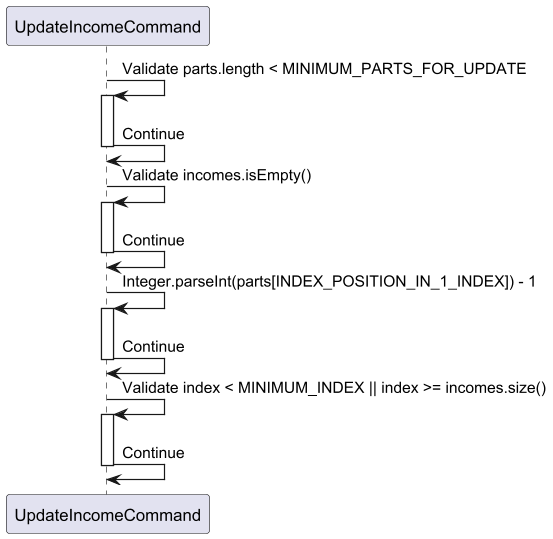
Earlier version of the PlantUML export docs/diagrams/ParseInputAndValidateIndex.png (thienkimtranhoang/tp). Its diagram source:
```plantuml
@startuml
participant "UpdateIncomeCommand" as UpdateIncomeCommand

UpdateIncomeCommand -> UpdateIncomeCommand: Validate parts.length < MINIMUM_PARTS_FOR_UPDATE
activate UpdateIncomeCommand
UpdateIncomeCommand -> UpdateIncomeCommand: Continue
deactivate UpdateIncomeCommand

UpdateIncomeCommand -> UpdateIncomeCommand: Validate incomes.isEmpty()
activate UpdateIncomeCommand
UpdateIncomeCommand -> UpdateIncomeCommand: Continue
deactivate UpdateIncomeCommand

UpdateIncomeCommand -> UpdateIncomeCommand: Integer.parseInt(parts[INDEX_POSITION_IN_1_INDEX]) - 1
activate UpdateIncomeCommand
UpdateIncomeCommand -> UpdateIncomeCommand: Continue
deactivate UpdateIncomeCommand

UpdateIncomeCommand -> UpdateIncomeCommand: Validate index < MINIMUM_INDEX || index >= incomes.size()
activate UpdateIncomeCommand
UpdateIncomeCommand -> UpdateIncomeCommand: Continue
deactivate UpdateIncomeCommand

@enduml
```
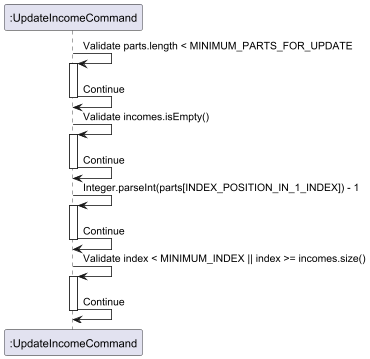
After the commit.

The edit, as a diff of the source:
```diff
@@ -1,5 +1,5 @@
 @startuml
-participant "UpdateIncomeCommand" as UpdateIncomeCommand
+participant ":UpdateIncomeCommand" as UpdateIncomeCommand
 
 UpdateIncomeCommand -> UpdateIncomeCommand: Validate parts.length < MINIMUM_PARTS_FOR_UPDATE
 activate UpdateIncomeCommand
```
